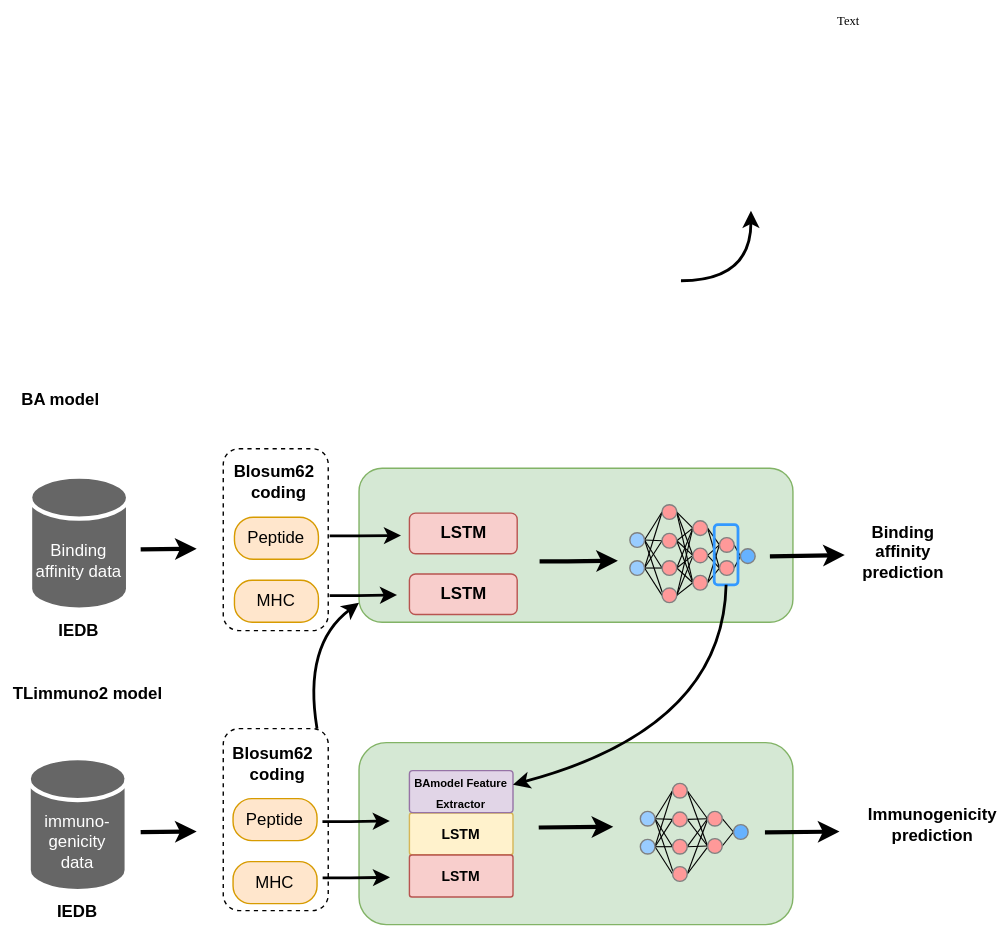
Earlier version of the draw.io export summary-fig-2-2.drawio.svg (GuangShuaiWang/Diagram). Source tidied: cells renumbered, new cells last; positions are measured from the earlier drawing's top-left corner, leaving out a move shared by most shapes.
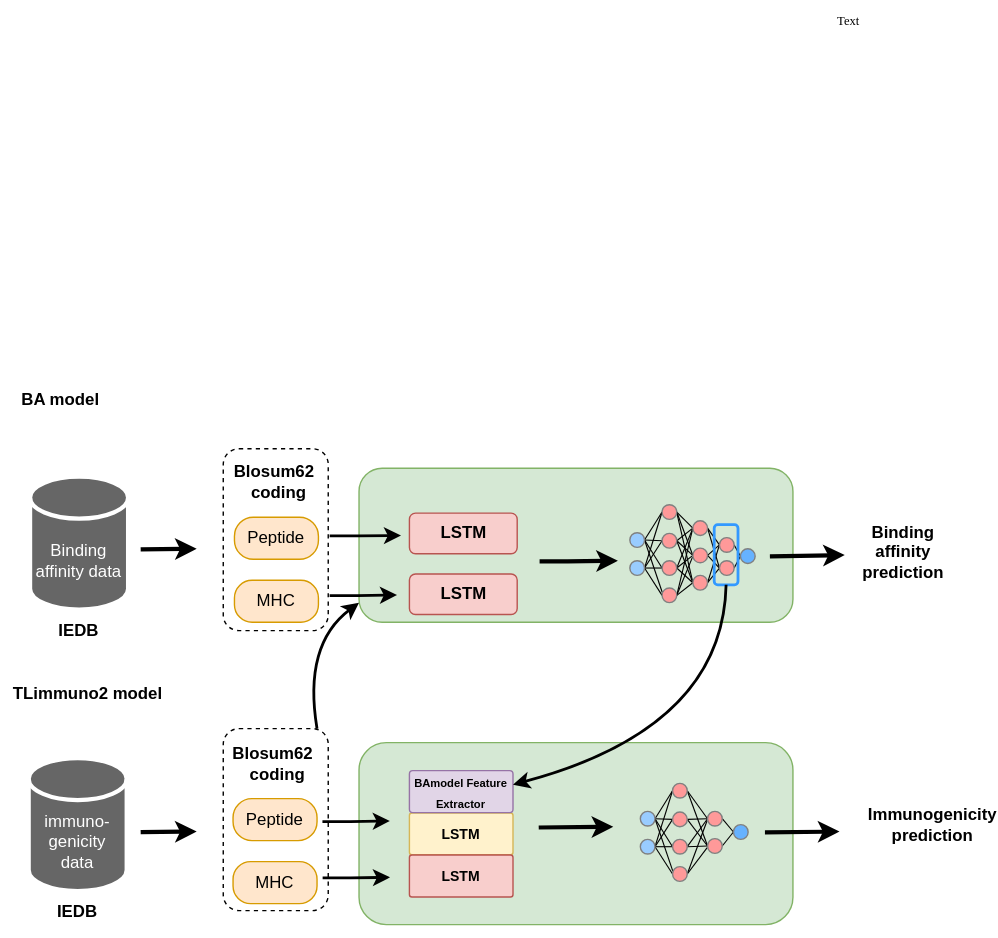
After the change.

Diff of the diagram source:
```diff
@@ -382,15 +382,6 @@
         </Array>
       </mxGeometry>
     </mxCell>
-    <mxCell id="111" style="curved=1;endArrow=classic;html=1;rounded=1;strokeWidth=2;fontFamily=Helvetica;fontSize=10;fontColor=default;" parent="1" edge="1">
-      <mxGeometry relative="1" as="geometry">
-        <mxPoint x="486" y="200" as="sourcePoint" />
-        <mxPoint x="536" y="150" as="targetPoint" />
-        <Array as="points">
-          <mxPoint x="536" y="200" />
-        </Array>
-      </mxGeometry>
-    </mxCell>
     <mxCell id="112" style="curved=1;endArrow=none;html=1;rounded=1;strokeWidth=2;fontFamily=Helvetica;fontSize=10;fontColor=default;endFill=0;startArrow=classic;startFill=1;entryX=1;entryY=0.5;entryDx=0;entryDy=0;" parent="1" edge="1" target="68">
       <mxGeometry relative="1" as="geometry">
         <mxPoint x="366" y="560" as="sourcePoint" />
```
